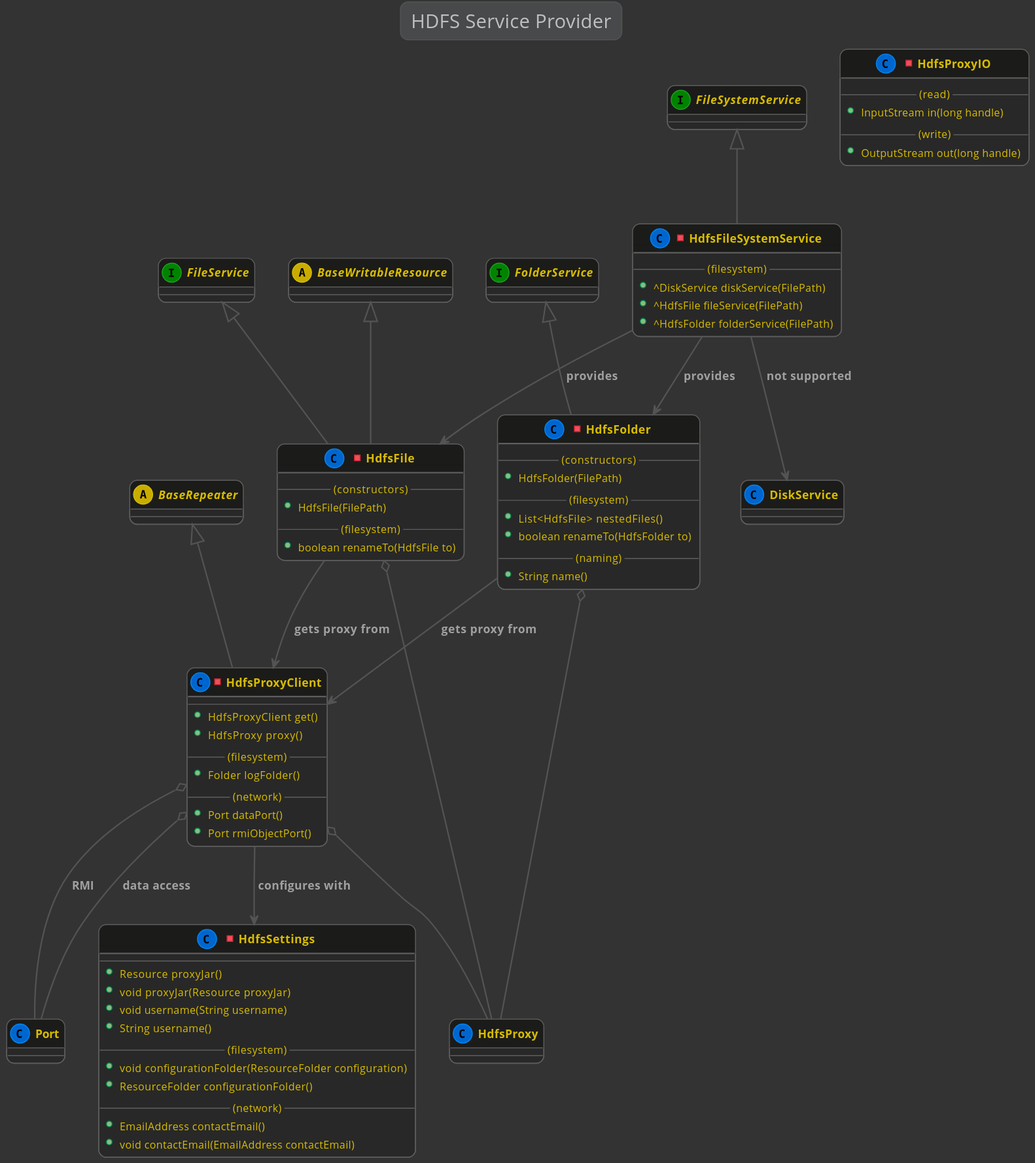
Telenav/kivakit keeps this PlantUML diagram as kivakit-filesystems/hdfs/documentation/diagrams/diagram-hdfs.svg. Above is the earlier version.
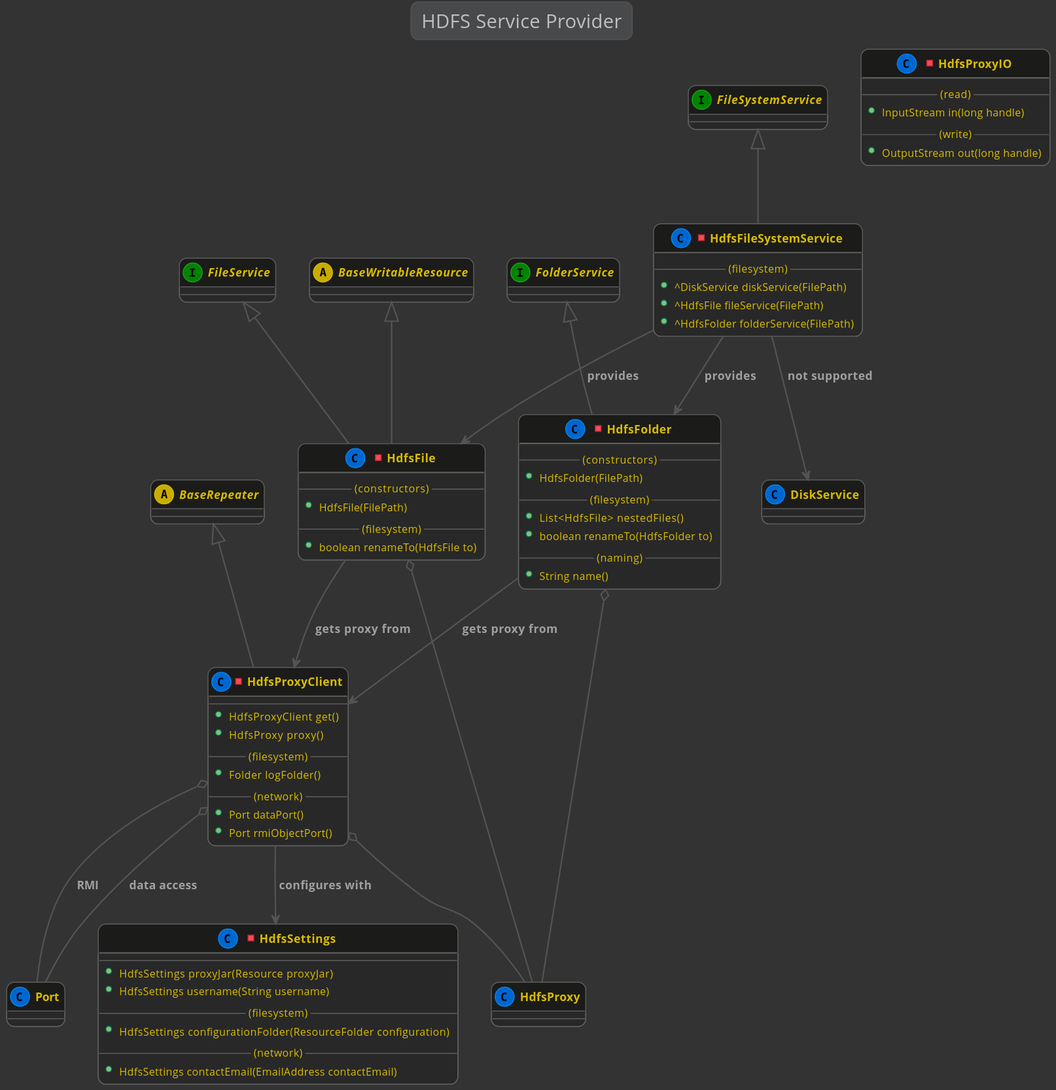
Later version of the same file.

Change to the diagram source:
```diff
@@ -77,16 +77,12 @@
     -class HdfsSettings
     {
         --
-        +Resource proxyJar()
-        +void proxyJar(Resource proxyJar)
-        +void username(String username)
-        +String username()
+        +HdfsSettings proxyJar(Resource proxyJar)
+        +HdfsSettings username(String username)
         --(filesystem)--
-        +void configurationFolder(ResourceFolder configuration)
-        +ResourceFolder configurationFolder()
+        +HdfsSettings configurationFolder(ResourceFolder configuration)
         --(network)--
-        +EmailAddress contactEmail()
-        +void contactEmail(EmailAddress contactEmail)
+        +HdfsSettings contactEmail(EmailAddress contactEmail)
     }
 
 @enduml
```
